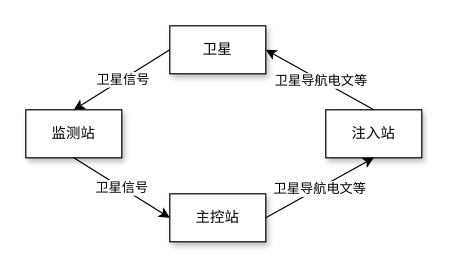
Earlier version of the draw.io diagram page "第 2 页" (2 of 3) of yanjiang.drawio (RunningManlt/bj18). Source tidied: cells renumbered, new cells numbered last; positions are measured from the earlier drawing's top-left corner, leaving out a move shared by most shapes. Both pictures are drawn from the tidied source at 120%, with x=0, y=0 at pixel (25, 25).
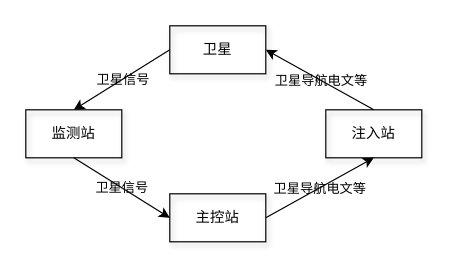
The same page after the edit.

The edit, as a diff of the source:
```diff
@@
 <mxGraphModel>
   <root>
     <mxCell id="0" />
     <mxCell id="1" parent="0" />
-    <mxCell id="2" value="卫星" style="rounded=0;whiteSpace=wrap;html=1;fontFamily=宋体;labelBackgroundColor=none;shadow=1;" parent="1" vertex="1">
+    <mxCell id="2" value="卫星" style="rounded=0;whiteSpace=wrap;html=1;fontFamily=宋体;labelBackgroundColor=#ffffff;shadow=1;fillColor=none;" parent="1" vertex="1">
       <mxGeometry x="120" width="80" height="40" as="geometry" />
     </mxCell>
-    <mxCell id="3" value="监测站" style="rounded=0;whiteSpace=wrap;html=1;fontFamily=宋体;labelBackgroundColor=none;shadow=1;" parent="1" vertex="1">
+    <mxCell id="3" value="监测站" style="rounded=0;whiteSpace=wrap;html=1;fontFamily=宋体;labelBackgroundColor=#ffffff;shadow=1;fillColor=none;" parent="1" vertex="1">
       <mxGeometry y="70" width="80" height="40" as="geometry" />
     </mxCell>
-    <mxCell id="4" value="注入站" style="rounded=0;whiteSpace=wrap;html=1;fontFamily=宋体;labelBackgroundColor=none;shadow=1;" parent="1" vertex="1">
+    <mxCell id="4" value="注入站" style="rounded=0;whiteSpace=wrap;html=1;fontFamily=宋体;labelBackgroundColor=#ffffff;shadow=1;fillColor=none;" parent="1" vertex="1">
       <mxGeometry x="250" y="70" width="80" height="40" as="geometry" />
     </mxCell>
-    <mxCell id="5" value="主控站" style="rounded=0;whiteSpace=wrap;html=1;fontFamily=宋体;labelBackgroundColor=none;shadow=1;" parent="1" vertex="1">
+    <mxCell id="5" value="主控站" style="rounded=0;whiteSpace=wrap;html=1;fontFamily=宋体;labelBackgroundColor=#ffffff;shadow=1;fillColor=none;" parent="1" vertex="1">
       <mxGeometry x="120" y="140" width="80" height="40" as="geometry" />
     </mxCell>
-    <mxCell id="6" style="endArrow=classic;html=1;fontFamily=宋体;exitX=0;exitY=0.5;exitDx=0;exitDy=0;entryX=0.5;entryY=0;entryDx=0;entryDy=0;" parent="1" edge="1" source="2" target="3">
+    <mxCell id="6" style="endArrow=classic;html=1;fontFamily=宋体;exitX=0;exitY=0.5;exitDx=0;exitDy=0;entryX=0.5;entryY=0;entryDx=0;entryDy=0;labelBackgroundColor=#ffffff;" parent="1" edge="1" source="2" target="3">
       <mxGeometry relative="1" as="geometry" />
     </mxCell>
-    <mxCell id="7" value="卫星信号" style="edgeLabel;html=1;align=center;verticalAlign=middle;fontFamily=宋体;" parent="6" vertex="1">
+    <mxCell id="7" value="卫星信号" style="edgeLabel;html=1;align=center;verticalAlign=middle;fontFamily=宋体;labelBackgroundColor=none;" parent="6" vertex="1">
       <mxGeometry relative="1" as="geometry" />
     </mxCell>
-    <mxCell id="8" style="endArrow=classic;html=1;fontFamily=宋体;exitX=0.5;exitY=0;exitDx=0;exitDy=0;entryX=1;entryY=0.5;entryDx=0;entryDy=0;" parent="1" edge="1" source="4" target="2">
+    <mxCell id="8" style="endArrow=classic;html=1;fontFamily=宋体;exitX=0.5;exitY=0;exitDx=0;exitDy=0;entryX=1;entryY=0.5;entryDx=0;entryDy=0;labelBackgroundColor=#ffffff;" parent="1" edge="1" source="4" target="2">
       <mxGeometry relative="1" as="geometry" />
     </mxCell>
-    <mxCell id="9" value="卫星导航电文等" style="edgeLabel;html=1;align=center;verticalAlign=middle;fontFamily=宋体;" parent="8" vertex="1">
+    <mxCell id="9" value="卫星导航电文等" style="edgeLabel;html=1;align=center;verticalAlign=middle;fontFamily=宋体;labelBackgroundColor=none;" parent="8" vertex="1">
       <mxGeometry relative="1" as="geometry" />
     </mxCell>
-    <mxCell id="10" style="endArrow=classic;html=1;fontFamily=宋体;exitX=0.5;exitY=1;exitDx=0;exitDy=0;entryX=0;entryY=0.5;entryDx=0;entryDy=0;" parent="1" edge="1" source="3" target="5">
+    <mxCell id="10" style="endArrow=classic;html=1;fontFamily=宋体;exitX=0.5;exitY=1;exitDx=0;exitDy=0;entryX=0;entryY=0.5;entryDx=0;entryDy=0;labelBackgroundColor=#ffffff;" parent="1" edge="1" source="3" target="5">
       <mxGeometry relative="1" as="geometry" />
     </mxCell>
-    <mxCell id="11" value="卫星信号" style="edgeLabel;html=1;align=center;verticalAlign=middle;fontFamily=宋体;" parent="10" vertex="1">
+    <mxCell id="11" value="卫星信号" style="edgeLabel;html=1;align=center;verticalAlign=middle;fontFamily=宋体;labelBackgroundColor=none;" parent="10" vertex="1">
       <mxGeometry relative="1" as="geometry" />
     </mxCell>
-    <mxCell id="12" style="endArrow=classic;html=1;fontFamily=宋体;exitX=1;exitY=0.5;exitDx=0;exitDy=0;entryX=0.5;entryY=1;entryDx=0;entryDy=0;" parent="1" edge="1" source="5" target="4">
+    <mxCell id="12" style="endArrow=classic;html=1;fontFamily=宋体;exitX=1;exitY=0.5;exitDx=0;exitDy=0;entryX=0.5;entryY=1;entryDx=0;entryDy=0;labelBackgroundColor=#ffffff;" parent="1" edge="1" source="5" target="4">
       <mxGeometry relative="1" as="geometry" />
     </mxCell>
-    <mxCell id="13" value="卫星导航电文等" style="edgeLabel;html=1;align=center;verticalAlign=middle;fontFamily=宋体;" parent="12" vertex="1">
+    <mxCell id="13" value="卫星导航电文等" style="edgeLabel;html=1;align=center;verticalAlign=middle;fontFamily=宋体;labelBackgroundColor=none;" parent="12" vertex="1">
       <mxGeometry relative="1" as="geometry" />
     </mxCell>
   </root>
 </mxGraphModel>
```
